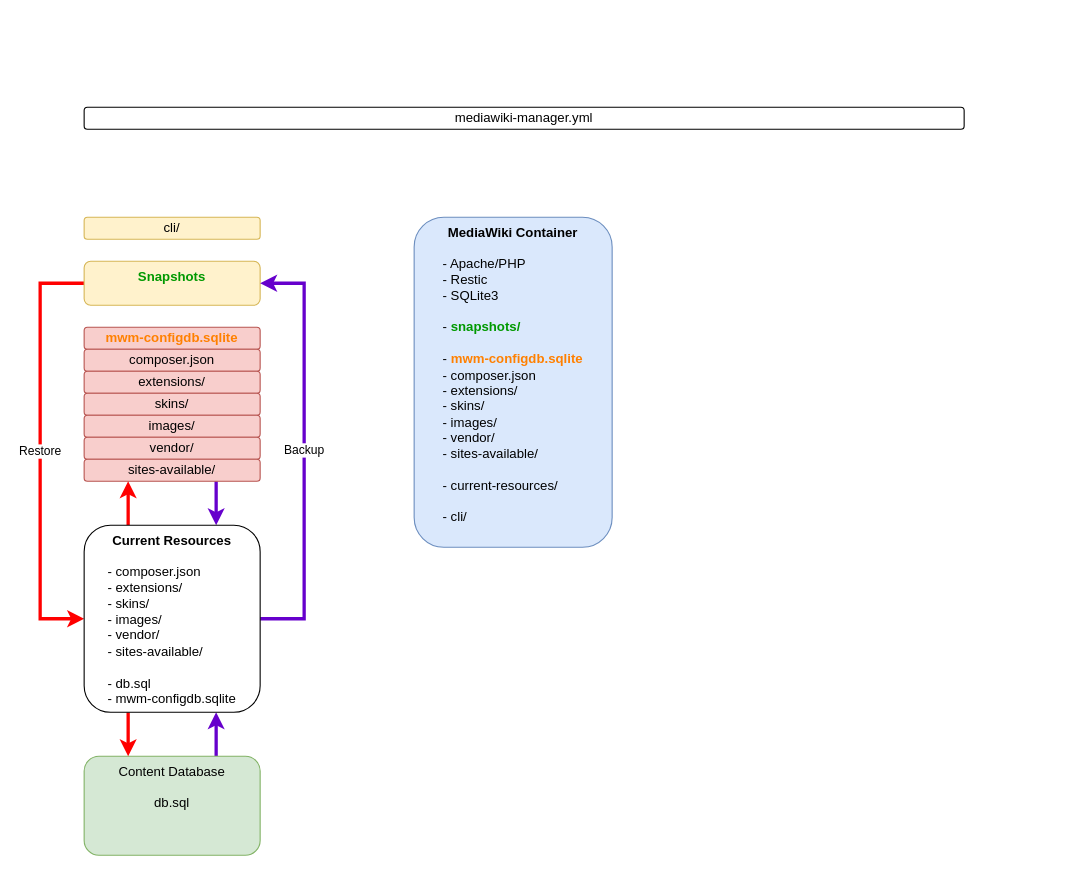
Before: page "Component Logics" (1 of 3) of drawio/mediawiki-manager.drawio in dataspects/mediawiki-manager, a draw.io diagram. Source tidied: cells renumbered, new cells numbered last; positions are measured from the earlier drawing's top-left corner, leaving out a move shared by most shapes. Both pictures are drawn from the tidied source at 110%, with x=0, y=0 at pixel (40, 107).
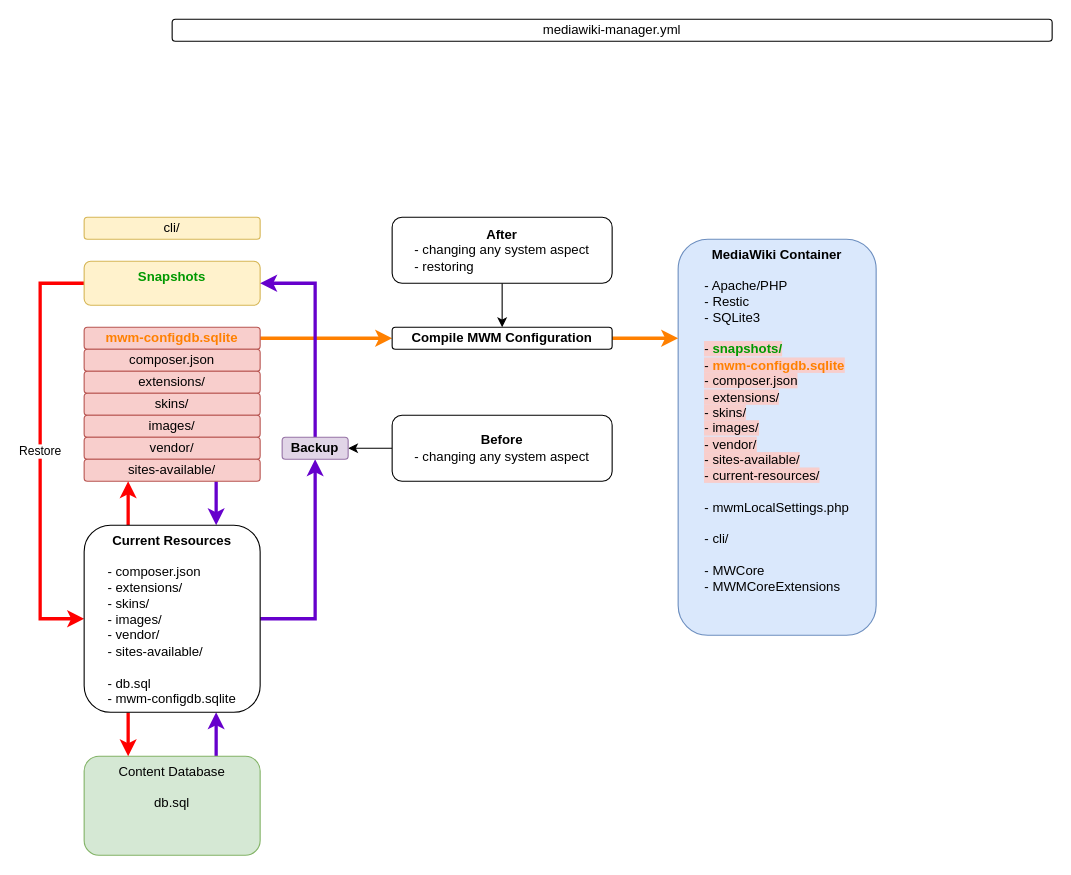
After the change.

The change refers to these unchanged cells:
```xml
<mxCell id="5" value="&lt;font color=&quot;#ff8000&quot;&gt;&lt;b&gt;mwm-configdb.sqlite&lt;/b&gt;&lt;/font&gt;" style="rounded=1;whiteSpace=wrap;html=1;verticalAlign=middle;fillColor=#f8cecc;strokeColor=#b85450;" parent="1" vertex="1">
  <mxGeometry x="40" y="200" width="160" height="20" as="geometry" />
</mxCell>
<mxCell id="7" value="Snapshots" style="rounded=1;whiteSpace=wrap;html=1;verticalAlign=top;fillColor=#fff2cc;strokeColor=#d6b656;fontColor=#009900;fontStyle=1;" parent="1" vertex="1">
  <mxGeometry x="40" y="140" width="160" height="40" as="geometry" />
</mxCell>
<mxCell id="20" value="Current Resources&lt;br&gt;&lt;div style=&quot;text-align: left&quot;&gt;&lt;span style=&quot;font-weight: normal&quot;&gt;&lt;br&gt;&lt;/span&gt;&lt;/div&gt;&lt;div style=&quot;text-align: left&quot;&gt;&lt;span style=&quot;font-weight: normal&quot;&gt;- composer.json&lt;/span&gt;&lt;/div&gt;&lt;div style=&quot;text-align: left&quot;&gt;&lt;span style=&quot;font-weight: normal&quot;&gt;- extensions/&lt;/span&gt;&lt;/div&gt;&lt;div style=&quot;text-align: left&quot;&gt;&lt;span style=&quot;font-weight: normal&quot;&gt;- skins/&lt;/span&gt;&lt;/div&gt;&lt;div style=&quot;text-align: left&quot;&gt;&lt;span style=&quot;font-weight: normal&quot;&gt;- images/&lt;/span&gt;&lt;/div&gt;&lt;div style=&quot;text-align: left&quot;&gt;&lt;span style=&quot;font-weight: normal&quot;&gt;- vendor/&lt;/span&gt;&lt;/div&gt;&lt;div style=&quot;text-align: left&quot;&gt;&lt;span style=&quot;font-weight: normal&quot;&gt;- sites-available/&lt;/span&gt;&lt;/div&gt;&lt;div style=&quot;text-align: left&quot;&gt;&lt;span style=&quot;font-weight: normal&quot;&gt;&lt;br&gt;&lt;/span&gt;&lt;/div&gt;&lt;div style=&quot;text-align: left&quot;&gt;&lt;span style=&quot;font-weight: normal&quot;&gt;- db.sql&lt;/span&gt;&lt;/div&gt;&lt;div style=&quot;text-align: left&quot;&gt;&lt;span style=&quot;font-weight: normal&quot;&gt;- mwm-configdb.sqlite&lt;/span&gt;&lt;/div&gt;" style="rounded=1;whiteSpace=wrap;html=1;verticalAlign=top;fontStyle=1;" parent="1" vertex="1">
  <mxGeometry x="40" y="380" width="160" height="170" as="geometry" />
</mxCell>
```

Change to the diagram source:
```diff
@@
-    <mxCell id="2" value="&lt;div&gt;&lt;span&gt;&lt;b&gt;MediaWiki Container&lt;/b&gt;&lt;/span&gt;&lt;/div&gt;&lt;br&gt;&lt;div&gt;&lt;div style=&quot;text-align: left&quot;&gt;&lt;span&gt;- Apache/PHP&lt;/span&gt;&lt;/div&gt;&lt;div style=&quot;text-align: left&quot;&gt;&lt;span&gt;- Restic&lt;/span&gt;&lt;/div&gt;&lt;div style=&quot;text-align: left&quot;&gt;&lt;span&gt;- SQLite3&lt;/span&gt;&lt;/div&gt;&lt;div style=&quot;text-align: left&quot;&gt;&lt;span&gt;&lt;br&gt;&lt;/span&gt;&lt;/div&gt;&lt;div style=&quot;text-align: left&quot;&gt;- &lt;font color=&quot;#009900&quot;&gt;&lt;b&gt;snapshots/&lt;/b&gt;&lt;/font&gt;&lt;/div&gt;&lt;div style=&quot;text-align: left&quot;&gt;&lt;span&gt;&lt;br&gt;&lt;/span&gt;&lt;/div&gt;&lt;div style=&quot;text-align: left&quot;&gt;&lt;span&gt;- &lt;/span&gt;&lt;font color=&quot;#ff8000&quot;&gt;&lt;b&gt;mwm-configdb.sqlite&lt;/b&gt;&lt;/font&gt;&lt;br&gt;&lt;/div&gt;&lt;div style=&quot;text-align: left&quot;&gt;&lt;span&gt;- composer.json&lt;/span&gt;&lt;br&gt;&lt;/div&gt;&lt;span&gt;&lt;div style=&quot;text-align: left&quot;&gt;- extensions/&lt;/div&gt;&lt;div style=&quot;text-align: left&quot;&gt;- skins/&lt;/div&gt;&lt;div style=&quot;text-align: left&quot;&gt;- images/&lt;/div&gt;&lt;div style=&quot;text-align: left&quot;&gt;- vendor/&lt;/div&gt;&lt;div style=&quot;text-align: left&quot;&gt;&lt;span&gt;- sites-available/&lt;/span&gt;&lt;/div&gt;&lt;div style=&quot;text-align: left&quot;&gt;&lt;br&gt;&lt;/div&gt;&lt;div style=&quot;text-align: left&quot;&gt;- current-resources/&lt;/div&gt;&lt;div style=&quot;text-align: left&quot;&gt;&lt;br&gt;&lt;/div&gt;&lt;div style=&quot;text-align: left&quot;&gt;- cli/&lt;br&gt;&lt;/div&gt;&lt;/span&gt;&lt;/div&gt;" style="rounded=1;whiteSpace=wrap;html=1;verticalAlign=top;fillColor=#dae8fc;strokeColor=#6c8ebf;align=center;" parent="1" vertex="1">
-      <mxGeometry x="340" y="100" width="180" height="300" as="geometry" />
+    <mxCell id="2" value="&lt;div&gt;&lt;span&gt;&lt;b&gt;MediaWiki Container&lt;/b&gt;&lt;/span&gt;&lt;/div&gt;&lt;br&gt;&lt;div&gt;&lt;div style=&quot;text-align: left&quot;&gt;&lt;span&gt;- Apache/PHP&lt;/span&gt;&lt;/div&gt;&lt;div style=&quot;text-align: left&quot;&gt;&lt;span&gt;- Restic&lt;/span&gt;&lt;/div&gt;&lt;div style=&quot;text-align: left&quot;&gt;&lt;span&gt;- SQLite3&lt;/span&gt;&lt;/div&gt;&lt;div style=&quot;text-align: left&quot;&gt;&lt;span&gt;&lt;br&gt;&lt;/span&gt;&lt;/div&gt;&lt;div style=&quot;text-align: left&quot;&gt;&lt;span style=&quot;background-color: rgb(248 , 206 , 204)&quot;&gt;- &lt;font color=&quot;#009900&quot;&gt;&lt;b&gt;snapshots/&lt;/b&gt;&lt;/font&gt;&lt;/span&gt;&lt;/div&gt;&lt;div style=&quot;text-align: left&quot;&gt;&lt;span style=&quot;background-color: rgb(248 , 206 , 204)&quot;&gt;&lt;span&gt;- &lt;/span&gt;&lt;font color=&quot;#ff8000&quot;&gt;&lt;b&gt;mwm-configdb.sqlite&lt;/b&gt;&lt;/font&gt;&lt;br&gt;&lt;/span&gt;&lt;/div&gt;&lt;div style=&quot;text-align: left&quot;&gt;&lt;span style=&quot;background-color: rgb(248 , 206 , 204)&quot;&gt;&lt;span&gt;- composer.json&lt;/span&gt;&lt;br&gt;&lt;/span&gt;&lt;/div&gt;&lt;span&gt;&lt;div style=&quot;text-align: left&quot;&gt;&lt;span style=&quot;background-color: rgb(248 , 206 , 204)&quot;&gt;- extensions/&lt;/span&gt;&lt;/div&gt;&lt;div style=&quot;text-align: left&quot;&gt;&lt;span style=&quot;background-color: rgb(248 , 206 , 204)&quot;&gt;- skins/&lt;/span&gt;&lt;/div&gt;&lt;div style=&quot;text-align: left&quot;&gt;&lt;span style=&quot;background-color: rgb(248 , 206 , 204)&quot;&gt;- images/&lt;/span&gt;&lt;/div&gt;&lt;div style=&quot;text-align: left&quot;&gt;&lt;span style=&quot;background-color: rgb(248 , 206 , 204)&quot;&gt;- vendor/&lt;/span&gt;&lt;/div&gt;&lt;div style=&quot;text-align: left&quot;&gt;&lt;span style=&quot;background-color: rgb(248 , 206 , 204)&quot;&gt;- sites-available/&lt;/span&gt;&lt;/div&gt;&lt;div style=&quot;text-align: left&quot;&gt;&lt;span style=&quot;background-color: rgb(248 , 206 , 204)&quot;&gt;- current-resources/&lt;/span&gt;&lt;/div&gt;&lt;div style=&quot;text-align: left&quot;&gt;&lt;br&gt;&lt;/div&gt;&lt;div style=&quot;text-align: left&quot;&gt;- mwmLocalSettings.php&lt;/div&gt;&lt;div style=&quot;text-align: left&quot;&gt;&lt;br&gt;&lt;/div&gt;&lt;div style=&quot;text-align: left&quot;&gt;- cli/&lt;br&gt;&lt;/div&gt;&lt;div style=&quot;text-align: left&quot;&gt;&lt;br&gt;&lt;/div&gt;&lt;div style=&quot;text-align: left&quot;&gt;- MWCore&lt;/div&gt;&lt;div style=&quot;text-align: left&quot;&gt;- MWMCoreExtensions&lt;/div&gt;&lt;/span&gt;&lt;/div&gt;" style="rounded=1;whiteSpace=wrap;html=1;verticalAlign=top;fillColor=#dae8fc;strokeColor=#6c8ebf;align=center;" parent="1" vertex="1">
+      <mxGeometry x="580" y="120" width="180" height="360" as="geometry" />
     </mxCell>
@@
+    <mxCell id="21" style="edgeStyle=orthogonalEdgeStyle;rounded=0;jettySize=auto;html=1;entryX=0;entryY=0.5;entryDx=0;entryDy=0;startArrow=none;startFill=0;endArrow=classic;endFill=1;strokeWidth=3;fontColor=#000000;strokeColor=#FF8000;" parent="1" edge="1" source="5" target="23">
+      <mxGeometry relative="1" as="geometry" />
+    </mxCell>
@@
     <mxCell id="16" value="mediawiki-manager.yml" style="rounded=1;whiteSpace=wrap;html=1;align=center;" parent="1" vertex="1">
-      <mxGeometry x="40" width="800" height="20" as="geometry" />
+      <mxGeometry x="120" y="-80" width="800" height="20" as="geometry" />
     </mxCell>
-    <mxCell id="17" value="Backup" style="edgeStyle=orthogonalEdgeStyle;rounded=0;jettySize=auto;html=1;entryX=1;entryY=0.5;entryDx=0;entryDy=0;endArrow=classic;endFill=1;fontColor=#000000;startArrow=none;startFill=0;exitX=1;exitY=0.5;exitDx=0;exitDy=0;strokeColor=#6600CC;strokeWidth=3;" parent="1" edge="1" source="20" target="7">
-      <mxGeometry relative="1" as="geometry">
-        <Array as="points">
-          <mxPoint x="240" y="465" />
-          <mxPoint x="240" y="160" />
-        </Array>
-      </mxGeometry>
+    <mxCell id="17" style="edgeStyle=orthogonalEdgeStyle;rounded=0;jettySize=auto;html=1;entryX=0.5;entryY=1;entryDx=0;entryDy=0;endArrow=classic;endFill=1;fontColor=#000000;startArrow=none;startFill=0;exitX=1;exitY=0.5;exitDx=0;exitDy=0;strokeColor=#6600CC;strokeWidth=3;" parent="1" edge="1" source="20" target="29">
+      <mxGeometry relative="1" as="geometry" />
     </mxCell>
@@
+    <mxCell id="22" style="edgeStyle=orthogonalEdgeStyle;rounded=0;jettySize=auto;html=1;entryX=0;entryY=0.25;entryDx=0;entryDy=0;startArrow=none;startFill=0;endArrow=classic;endFill=1;strokeWidth=3;fontColor=#000000;strokeColor=#FF8000;" parent="1" edge="1" source="23" target="2">
+      <mxGeometry relative="1" as="geometry" />
+    </mxCell>
+    <mxCell id="23" value="&lt;font&gt;&lt;b&gt;Compile MWM Configuration&lt;/b&gt;&lt;/font&gt;" style="rounded=1;whiteSpace=wrap;html=1;verticalAlign=middle;" parent="1" vertex="1">
+      <mxGeometry x="320" y="200" width="200" height="20" as="geometry" />
+    </mxCell>
+    <mxCell id="24" style="edgeStyle=orthogonalEdgeStyle;rounded=0;jettySize=auto;html=1;entryX=0.5;entryY=0;entryDx=0;entryDy=0;startArrow=none;startFill=0;endArrow=classic;endFill=1;strokeColor=#000000;strokeWidth=1;fontColor=#000000;" parent="1" edge="1" source="25" target="23">
+      <mxGeometry relative="1" as="geometry" />
+    </mxCell>
+    <mxCell id="25" value="&lt;font&gt;&lt;span&gt;&lt;b&gt;After&lt;/b&gt;&lt;br&gt;&lt;div style=&quot;text-align: left&quot;&gt;&lt;span&gt;- changing any system aspect&lt;/span&gt;&lt;/div&gt;&lt;div style=&quot;text-align: left&quot;&gt;&lt;span&gt;- restoring&lt;/span&gt;&lt;/div&gt;&lt;/span&gt;&lt;/font&gt;" style="rounded=1;whiteSpace=wrap;html=1;verticalAlign=middle;fontStyle=0;align=center;" parent="1" vertex="1">
+      <mxGeometry x="320" y="100" width="200" height="60" as="geometry" />
+    </mxCell>
+    <mxCell id="26" style="edgeStyle=orthogonalEdgeStyle;rounded=0;jettySize=auto;html=1;entryX=1;entryY=0.5;entryDx=0;entryDy=0;startArrow=none;startFill=0;endArrow=classic;endFill=1;strokeWidth=1;fontColor=#000000;" parent="1" edge="1" source="27" target="29">
+      <mxGeometry relative="1" as="geometry" />
+    </mxCell>
+    <mxCell id="27" value="&lt;span style=&quot;text-align: left&quot;&gt;&lt;b&gt;Before&lt;br&gt;&lt;/b&gt;- changing any system aspect&lt;br&gt;&lt;/span&gt;" style="rounded=1;whiteSpace=wrap;html=1;verticalAlign=middle;fontStyle=0;align=center;" parent="1" vertex="1">
+      <mxGeometry x="320" y="280" width="200" height="60" as="geometry" />
+    </mxCell>
+    <mxCell id="28" style="edgeStyle=orthogonalEdgeStyle;rounded=0;jettySize=auto;html=1;entryX=1;entryY=0.5;entryDx=0;entryDy=0;startArrow=none;startFill=0;endArrow=classic;endFill=1;strokeWidth=3;fontColor=#000000;strokeColor=#6600CC;" parent="1" edge="1" source="29" target="7">
+      <mxGeometry relative="1" as="geometry">
+        <Array as="points">
+          <mxPoint x="250" y="160" />
+        </Array>
+      </mxGeometry>
+    </mxCell>
+    <mxCell id="29" value="&lt;b&gt;Backup&lt;/b&gt;" style="rounded=1;whiteSpace=wrap;html=1;verticalAlign=middle;fontStyle=0;align=center;fillColor=#e1d5e7;strokeColor=#9673a6;" parent="1" vertex="1">
+      <mxGeometry x="220" y="300" width="60" height="20" as="geometry" />
+    </mxCell>
```
